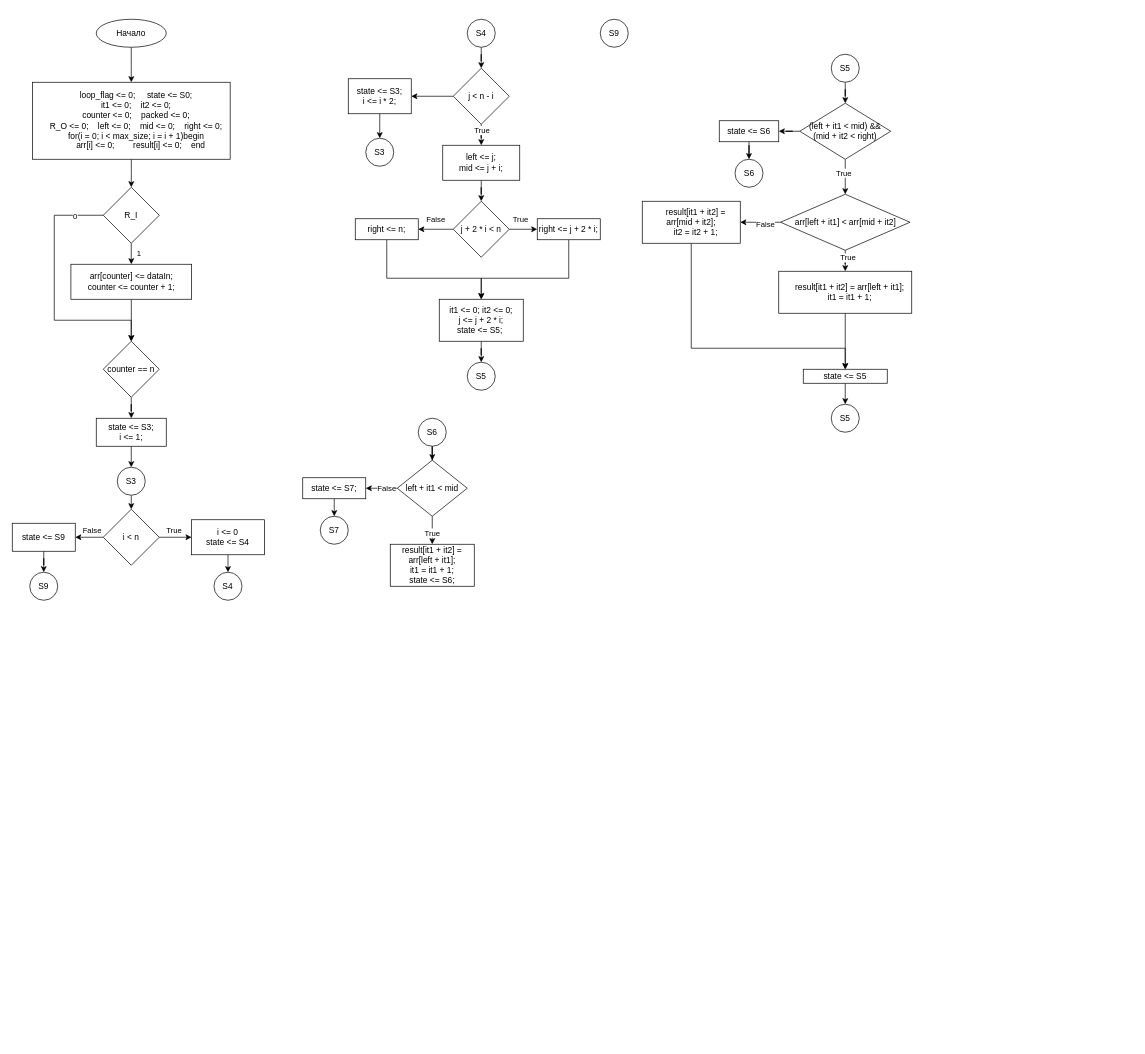
Idontlikeni/fourth_semestr keeps this draw.io diagram as Schematics/Laba_3/laba_3_2.drawio. Above is the earlier version. Source tidied: cells renumbered, new cells numbered last; positions are measured from the earlier drawing's top-left corner, leaving out a move shared by most shapes. Both pictures are drawn from the tidied source at 70%, with x=0, y=0 at pixel (12, 19).
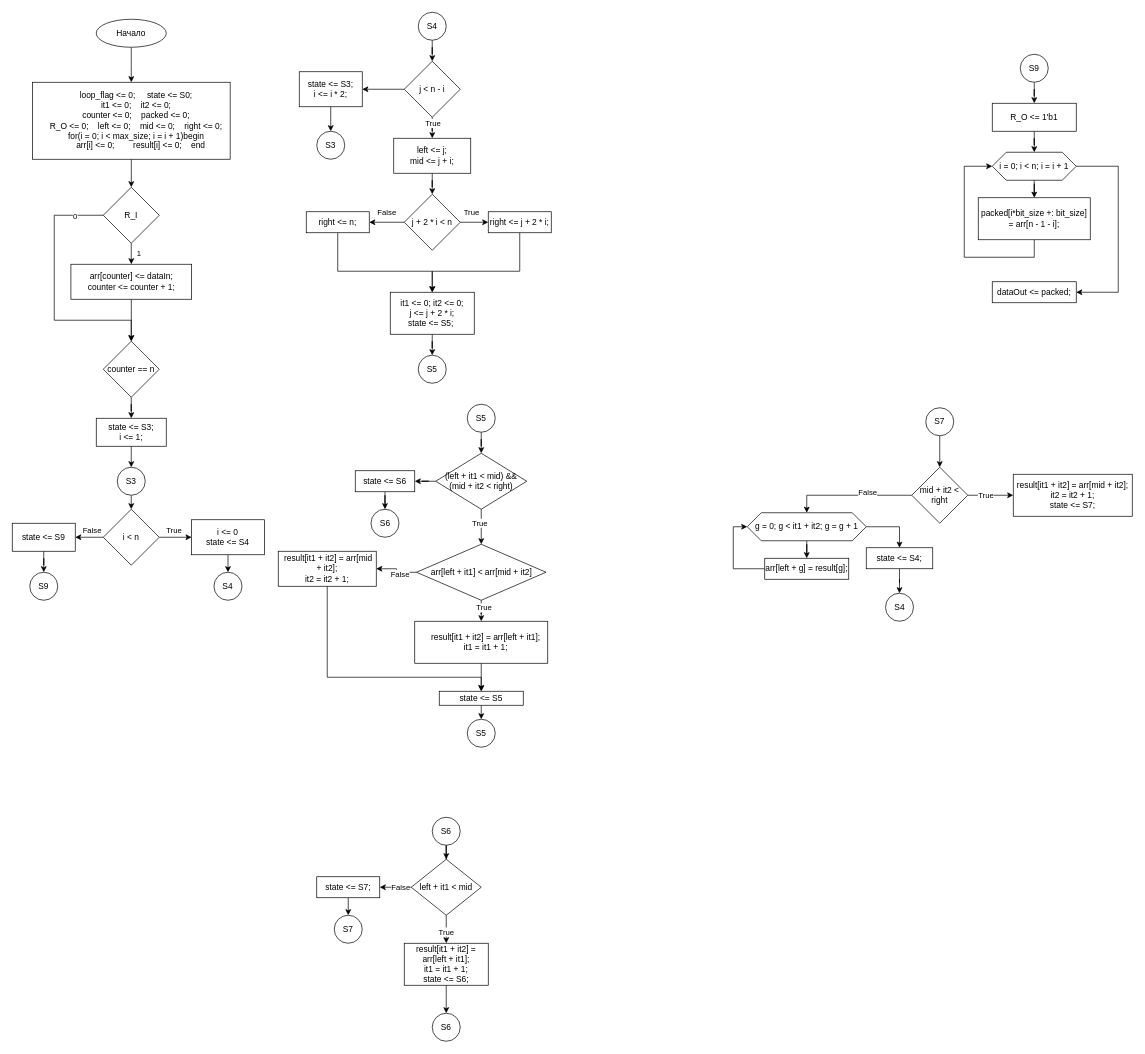
Above is the later version.

What changed in the source:
```diff
@@
+    <mxCell id="86" style="edgeStyle=orthogonalEdgeStyle;rounded=0;jettySize=auto;html=1;" parent="1" edge="1" source="28" target="106">
+      <mxGeometry relative="1" as="geometry" />
+    </mxCell>
     <mxCell id="28" value="S9" style="ellipse;whiteSpace=wrap;html=1;" parent="1" vertex="1">
-      <mxGeometry x="840" width="40" height="40" as="geometry" />
+      <mxGeometry x="1440" y="50" width="40" height="40" as="geometry" />
     </mxCell>
@@
     <mxCell id="30" value="S4" style="ellipse;whiteSpace=wrap;html=1;" parent="1" vertex="1">
-      <mxGeometry x="650" width="40" height="40" as="geometry" />
+      <mxGeometry x="580" y="-10" width="40" height="40" as="geometry" />
     </mxCell>
@@
     <mxCell id="34" value="j &amp;lt; n - i" style="rhombus;whiteSpace=wrap;html=1;" parent="1" vertex="1">
-      <mxGeometry x="630" y="70" width="80" height="80" as="geometry" />
+      <mxGeometry x="560" y="60" width="80" height="80" as="geometry" />
     </mxCell>
@@
     <mxCell id="36" value="left &amp;lt;= j;&lt;br&gt;mid &amp;lt;= j + i;" style="whiteSpace=wrap;html=1;" parent="1" vertex="1">
-      <mxGeometry x="615" y="180" width="110" height="50" as="geometry" />
+      <mxGeometry x="545" y="170" width="110" height="50" as="geometry" />
     </mxCell>
@@
     <mxCell id="41" value="j + 2 * i &amp;lt; n" style="rhombus;whiteSpace=wrap;html=1;" parent="1" vertex="1">
-      <mxGeometry x="630" y="260" width="80" height="80" as="geometry" />
+      <mxGeometry x="560" y="250" width="80" height="80" as="geometry" />
     </mxCell>
     <mxCell id="42" style="edgeStyle=orthogonalEdgeStyle;rounded=0;jettySize=auto;html=1;entryX=0.5;entryY=0;entryDx=0;entryDy=0;" parent="1" edge="1" source="43" target="47">
       <mxGeometry relative="1" as="geometry">
         <Array as="points">
-          <mxPoint x="795" y="370" />
-          <mxPoint x="670" y="370" />
+          <mxPoint x="725" y="360" />
+          <mxPoint x="600" y="360" />
         </Array>
       </mxGeometry>
     </mxCell>
     <mxCell id="43" value="right &amp;lt;= j + 2 * i;" style="whiteSpace=wrap;html=1;" parent="1" vertex="1">
-      <mxGeometry x="750" y="285" width="90" height="30" as="geometry" />
+      <mxGeometry x="680" y="275" width="90" height="30" as="geometry" />
     </mxCell>
     <mxCell id="44" style="edgeStyle=orthogonalEdgeStyle;rounded=0;jettySize=auto;html=1;entryX=0.5;entryY=0;entryDx=0;entryDy=0;" parent="1" edge="1" source="45" target="47">
       <mxGeometry relative="1" as="geometry">
         <Array as="points">
-          <mxPoint x="535" y="370" />
-          <mxPoint x="670" y="370" />
+          <mxPoint x="465" y="360" />
+          <mxPoint x="600" y="360" />
         </Array>
       </mxGeometry>
     </mxCell>
     <mxCell id="45" value="right &amp;lt;= n;" style="whiteSpace=wrap;html=1;" parent="1" vertex="1">
-      <mxGeometry x="490" y="285" width="90" height="30" as="geometry" />
+      <mxGeometry x="420" y="275" width="90" height="30" as="geometry" />
     </mxCell>
@@
     <mxCell id="47" value="it1 &amp;lt;= 0; it2 &amp;lt;= 0;&lt;br&gt;j &amp;lt;= j + 2 * i;&lt;br&gt;state &amp;lt;= S5;&amp;nbsp;" style="whiteSpace=wrap;html=1;" parent="1" vertex="1">
-      <mxGeometry x="610" y="400" width="120" height="60" as="geometry" />
+      <mxGeometry x="540" y="390" width="120" height="60" as="geometry" />
     </mxCell>
@@
     <mxCell id="49" value="state &amp;lt;= S3;&lt;br&gt;i &amp;lt;= i * 2;" style="whiteSpace=wrap;html=1;" parent="1" vertex="1">
-      <mxGeometry x="480" y="85" width="90" height="50" as="geometry" />
+      <mxGeometry x="410" y="75" width="90" height="50" as="geometry" />
     </mxCell>
     <mxCell id="50" value="S3" style="ellipse;whiteSpace=wrap;html=1;" parent="1" vertex="1">
-      <mxGeometry x="505" y="170" width="40" height="40" as="geometry" />
+      <mxGeometry x="435" y="160" width="40" height="40" as="geometry" />
     </mxCell>
@@
     <mxCell id="53" value="S5" style="ellipse;whiteSpace=wrap;html=1;" parent="1" vertex="1">
-      <mxGeometry x="650" y="490" width="40" height="40" as="geometry" />
+      <mxGeometry x="580" y="480" width="40" height="40" as="geometry" />
     </mxCell>
@@
     <mxCell id="55" value="S5" style="ellipse;whiteSpace=wrap;html=1;" parent="1" vertex="1">
-      <mxGeometry x="1170" y="50" width="40" height="40" as="geometry" />
+      <mxGeometry x="650" y="550" width="40" height="40" as="geometry" />
     </mxCell>
@@
     <mxCell id="59" value="(left + it1 &amp;lt; mid) &amp;amp;&amp;amp; (mid + it2 &amp;lt; right)" style="rhombus;whiteSpace=wrap;html=1;" parent="1" vertex="1">
-      <mxGeometry x="1125" y="120" width="130" height="80" as="geometry" />
+      <mxGeometry x="605" y="620" width="130" height="80" as="geometry" />
     </mxCell>
@@
     <mxCell id="64" value="arr[left + it1] &amp;lt; arr[mid + it2]" style="rhombus;whiteSpace=wrap;html=1;" parent="1" vertex="1">
-      <mxGeometry x="1097.5" y="250" width="185" height="80" as="geometry" />
+      <mxGeometry x="577.5" y="750" width="185" height="80" as="geometry" />
     </mxCell>
@@
     <mxCell id="66" value="&amp;nbsp; &amp;nbsp; result[it1 + it2] = arr[left + it1];&lt;br&gt;&amp;nbsp; &amp;nbsp; it1 = it1 + 1;" style="whiteSpace=wrap;html=1;" parent="1" vertex="1">
-      <mxGeometry x="1095" y="360" width="190" height="60" as="geometry" />
+      <mxGeometry x="575" y="860" width="190" height="60" as="geometry" />
     </mxCell>
     <mxCell id="67" style="edgeStyle=orthogonalEdgeStyle;rounded=0;jettySize=auto;html=1;" parent="1" edge="1" source="68" target="70">
       <mxGeometry relative="1" as="geometry">
         <Array as="points">
-          <mxPoint x="970" y="470" />
-          <mxPoint x="1190" y="470" />
+          <mxPoint x="450" y="940" />
+          <mxPoint x="670" y="940" />
         </Array>
       </mxGeometry>
     </mxCell>
-    <mxCell id="68" value="&amp;nbsp; &amp;nbsp; result[it1 + it2] = arr[mid + it2];&lt;br&gt;&amp;nbsp; &amp;nbsp; it2 = it2 + 1;" style="whiteSpace=wrap;html=1;" parent="1" vertex="1">
-      <mxGeometry x="900" y="260" width="140" height="60" as="geometry" />
+    <mxCell id="68" value="&lt;div&gt;&amp;nbsp;result[it1 + it2] = arr[mid + it2];&lt;/div&gt;&lt;div&gt;it2 = it2 + 1;&lt;/div&gt;" style="whiteSpace=wrap;html=1;" parent="1" vertex="1">
+      <mxGeometry x="380" y="760" width="140" height="50" as="geometry" />
     </mxCell>
@@
     <mxCell id="70" value="state &amp;lt;= S5" style="whiteSpace=wrap;html=1;" parent="1" vertex="1">
-      <mxGeometry x="1130" y="500" width="120" height="20" as="geometry" />
+      <mxGeometry x="610" y="960" width="120" height="20" as="geometry" />
     </mxCell>
     <mxCell id="71" value="S5" style="ellipse;whiteSpace=wrap;html=1;" parent="1" vertex="1">
-      <mxGeometry x="1170" y="550" width="40" height="40" as="geometry" />
+      <mxGeometry x="650" y="1000" width="40" height="40" as="geometry" />
     </mxCell>
@@
     <mxCell id="73" value="state &amp;lt;= S6" style="whiteSpace=wrap;html=1;" parent="1" vertex="1">
-      <mxGeometry x="1010" y="145" width="85" height="30" as="geometry" />
+      <mxGeometry x="490" y="645" width="85" height="30" as="geometry" />
     </mxCell>
     <mxCell id="74" value="S6" style="ellipse;whiteSpace=wrap;html=1;" parent="1" vertex="1">
-      <mxGeometry x="1032.5" y="200" width="40" height="40" as="geometry" />
+      <mxGeometry x="512.5" y="700" width="40" height="40" as="geometry" />
     </mxCell>
@@
     <mxCell id="76" value="S6" style="ellipse;whiteSpace=wrap;html=1;" parent="1" vertex="1">
-      <mxGeometry x="580" y="570" width="40" height="40" as="geometry" />
+      <mxGeometry x="600" y="1140" width="40" height="40" as="geometry" />
     </mxCell>
@@
     <mxCell id="81" value="left + it1 &amp;lt; mid" style="rhombus;whiteSpace=wrap;html=1;" parent="1" vertex="1">
-      <mxGeometry x="550" y="630" width="100" height="80" as="geometry" />
+      <mxGeometry x="570" y="1200" width="100" height="80" as="geometry" />
     </mxCell>
+    <mxCell id="87" style="edgeStyle=orthogonalEdgeStyle;rounded=0;jettySize=auto;html=1;entryX=0.5;entryY=0;entryDx=0;entryDy=0;" parent="1" edge="1" source="82" target="88">
+      <mxGeometry relative="1" as="geometry" />
+    </mxCell>
     <mxCell id="82" value="result[it1 + it2] = arr[left + it1];&lt;br&gt;it1 = it1 + 1;&lt;br&gt;state &amp;lt;= S6;" style="whiteSpace=wrap;html=1;" parent="1" vertex="1">
-      <mxGeometry x="540" y="750" width="120" height="60" as="geometry" />
+      <mxGeometry x="560" y="1320" width="120" height="60" as="geometry" />
     </mxCell>
@@
     <mxCell id="84" value="state &amp;lt;= S7;" style="whiteSpace=wrap;html=1;" parent="1" vertex="1">
-      <mxGeometry x="415" y="655" width="90" height="30" as="geometry" />
+      <mxGeometry x="435" y="1225" width="90" height="30" as="geometry" />
     </mxCell>
     <mxCell id="85" value="S7" style="ellipse;whiteSpace=wrap;html=1;" parent="1" vertex="1">
-      <mxGeometry x="440" y="710" width="40" height="40" as="geometry" />
+      <mxGeometry x="460" y="1280" width="40" height="40" as="geometry" />
     </mxCell>
+    <mxCell id="88" value="S6" style="ellipse;whiteSpace=wrap;html=1;" parent="1" vertex="1">
+      <mxGeometry x="600" y="1420" width="40" height="40" as="geometry" />
+    </mxCell>
+    <mxCell id="89" style="edgeStyle=orthogonalEdgeStyle;rounded=0;jettySize=auto;html=1;" parent="1" edge="1" source="90" target="95">
+      <mxGeometry relative="1" as="geometry" />
+    </mxCell>
+    <mxCell id="90" value="S7" style="ellipse;whiteSpace=wrap;html=1;" parent="1" vertex="1">
+      <mxGeometry x="1305" y="555" width="40" height="40" as="geometry" />
+    </mxCell>
+    <mxCell id="91" style="edgeStyle=orthogonalEdgeStyle;rounded=0;jettySize=auto;html=1;" parent="1" edge="1" source="95" target="96">
+      <mxGeometry relative="1" as="geometry" />
+    </mxCell>
+    <mxCell id="92" value="True" style="edgeLabel;html=1;align=center;verticalAlign=middle;" parent="91" vertex="1">
+      <mxGeometry x="-0.45" y="-3" relative="1" as="geometry">
+        <mxPoint x="7" y="-3" as="offset" />
+      </mxGeometry>
+    </mxCell>
+    <mxCell id="93" style="edgeStyle=orthogonalEdgeStyle;rounded=0;jettySize=auto;html=1;entryX=0.5;entryY=0;entryDx=0;entryDy=0;" parent="1" edge="1" source="95" target="99">
+      <mxGeometry relative="1" as="geometry" />
+    </mxCell>
+    <mxCell id="94" value="False" style="edgeLabel;html=1;align=center;verticalAlign=middle;" parent="93" vertex="1">
+      <mxGeometry x="-0.27" y="-5" relative="1" as="geometry" />
+    </mxCell>
+    <mxCell id="95" value="mid + it2 &amp;lt; right" style="rhombus;whiteSpace=wrap;html=1;" parent="1" vertex="1">
+      <mxGeometry x="1285" y="640" width="80" height="80" as="geometry" />
+    </mxCell>
+    <mxCell id="96" value="result[it1 + it2] = arr[mid + it2];&lt;br&gt;it2 = it2 + 1;&lt;br&gt;state &amp;lt;= S7;" style="whiteSpace=wrap;html=1;" parent="1" vertex="1">
+      <mxGeometry x="1430" y="650" width="170" height="60" as="geometry" />
+    </mxCell>
+    <mxCell id="97" style="edgeStyle=orthogonalEdgeStyle;rounded=0;jettySize=auto;html=1;" parent="1" edge="1" source="99" target="101">
+      <mxGeometry relative="1" as="geometry" />
+    </mxCell>
+    <mxCell id="98" style="edgeStyle=orthogonalEdgeStyle;rounded=0;jettySize=auto;html=1;entryX=0.5;entryY=0;entryDx=0;entryDy=0;" parent="1" edge="1" source="99" target="103">
+      <mxGeometry relative="1" as="geometry">
+        <Array as="points">
+          <mxPoint x="1268" y="725" />
+        </Array>
+      </mxGeometry>
+    </mxCell>
+    <mxCell id="99" value="g = 0; g &amp;lt; it1 + it2; g = g + 1" style="shape=hexagon;perimeter=hexagonPerimeter2;whiteSpace=wrap;html=1;fixedSize=1;" parent="1" vertex="1">
+      <mxGeometry x="1050" y="705" width="170" height="40" as="geometry" />
+    </mxCell>
+    <mxCell id="100" style="edgeStyle=orthogonalEdgeStyle;rounded=0;jettySize=auto;html=1;entryX=0;entryY=0.5;entryDx=0;entryDy=0;" parent="1" edge="1" source="101" target="99">
+      <mxGeometry relative="1" as="geometry">
+        <Array as="points">
+          <mxPoint x="1030" y="785" />
+          <mxPoint x="1030" y="725" />
+        </Array>
+      </mxGeometry>
+    </mxCell>
+    <mxCell id="101" value="arr[left + g] = result[g];" style="whiteSpace=wrap;html=1;" parent="1" vertex="1">
+      <mxGeometry x="1075" y="770" width="120" height="30" as="geometry" />
+    </mxCell>
+    <mxCell id="102" style="edgeStyle=orthogonalEdgeStyle;rounded=0;jettySize=auto;html=1;entryX=0.5;entryY=0;entryDx=0;entryDy=0;" parent="1" edge="1" source="103" target="104">
+      <mxGeometry relative="1" as="geometry" />
+    </mxCell>
+    <mxCell id="103" value="state &amp;lt;= S4;" style="rounded=0;whiteSpace=wrap;html=1;" parent="1" vertex="1">
+      <mxGeometry x="1220" y="755" width="95" height="30" as="geometry" />
+    </mxCell>
+    <mxCell id="104" value="S4" style="ellipse;whiteSpace=wrap;html=1;" parent="1" vertex="1">
+      <mxGeometry x="1247.5" y="820" width="40" height="40" as="geometry" />
+    </mxCell>
+    <mxCell id="105" style="edgeStyle=orthogonalEdgeStyle;rounded=0;jettySize=auto;html=1;" parent="1" edge="1" source="106" target="109">
+      <mxGeometry relative="1" as="geometry" />
+    </mxCell>
+    <mxCell id="106" value="R_O &amp;lt;= 1'b1" style="whiteSpace=wrap;html=1;" parent="1" vertex="1">
+      <mxGeometry x="1400" y="120" width="120" height="40" as="geometry" />
+    </mxCell>
+    <mxCell id="107" style="edgeStyle=orthogonalEdgeStyle;rounded=0;jettySize=auto;html=1;" parent="1" edge="1" source="109" target="111">
+      <mxGeometry relative="1" as="geometry" />
+    </mxCell>
+    <mxCell id="108" style="edgeStyle=orthogonalEdgeStyle;rounded=0;jettySize=auto;html=1;" parent="1" edge="1" source="109" target="112">
+      <mxGeometry relative="1" as="geometry">
+        <Array as="points">
+          <mxPoint x="1580" y="210" />
+          <mxPoint x="1580" y="390" />
+        </Array>
+      </mxGeometry>
+    </mxCell>
+    <mxCell id="109" value="i = 0; i &amp;lt; n; i = i + 1" style="shape=hexagon;perimeter=hexagonPerimeter2;whiteSpace=wrap;html=1;fixedSize=1;" parent="1" vertex="1">
+      <mxGeometry x="1400" y="190" width="120" height="40" as="geometry" />
+    </mxCell>
+    <mxCell id="110" style="edgeStyle=orthogonalEdgeStyle;rounded=0;jettySize=auto;html=1;entryX=0;entryY=0.5;entryDx=0;entryDy=0;" parent="1" edge="1" source="111" target="109">
+      <mxGeometry relative="1" as="geometry">
+        <Array as="points">
+          <mxPoint x="1460" y="340" />
+          <mxPoint x="1360" y="340" />
+          <mxPoint x="1360" y="210" />
+        </Array>
+      </mxGeometry>
+    </mxCell>
+    <mxCell id="111" value="packed[i*bit_size +: bit_size] = arr[n - 1 - i];" style="whiteSpace=wrap;html=1;" parent="1" vertex="1">
+      <mxGeometry x="1380" y="255" width="160" height="60" as="geometry" />
+    </mxCell>
+    <mxCell id="112" value="dataOut &amp;lt;= packed;" style="whiteSpace=wrap;html=1;" parent="1" vertex="1">
+      <mxGeometry x="1400" y="375" width="120" height="30" as="geometry" />
+    </mxCell>
```
